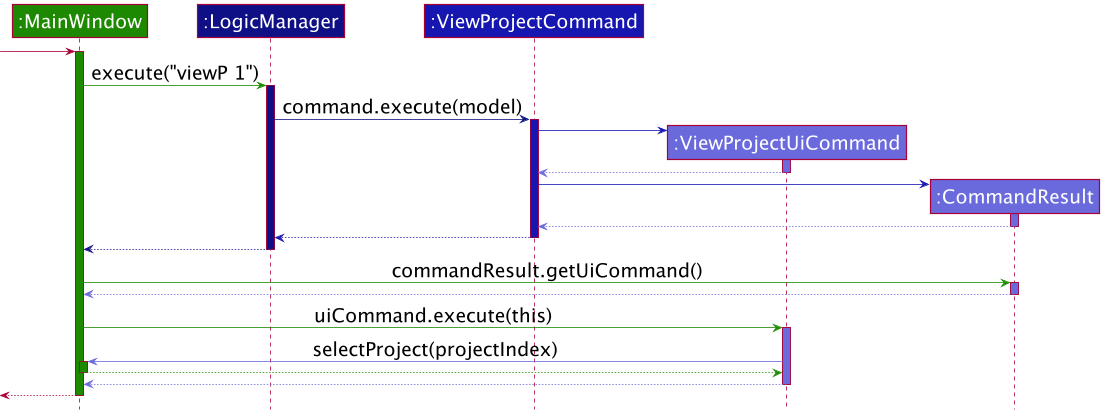
Above: docs/images/ViewProjectCommandSequenceDiagram.png in nus-cs2103-AY2021S2/tp (PlantUML), before the change.
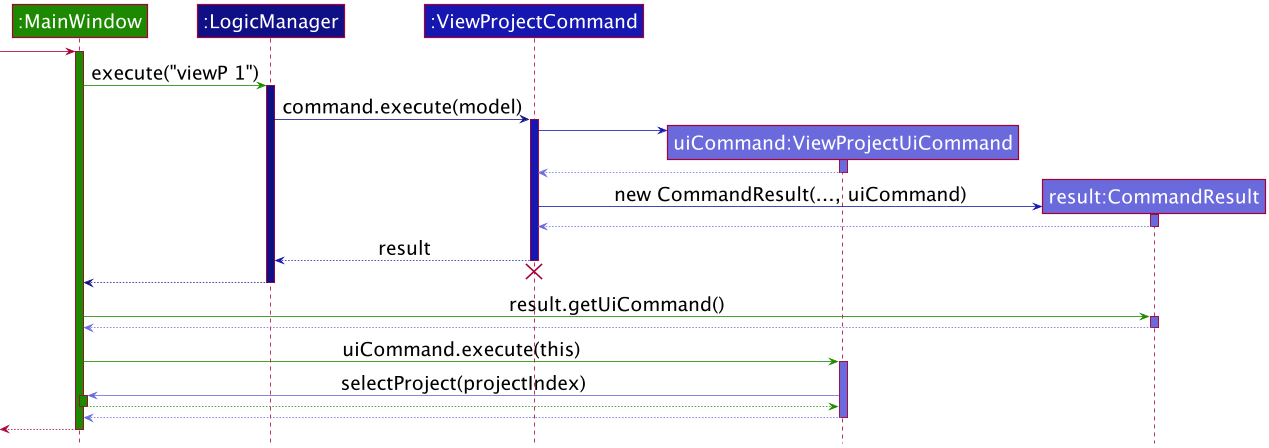
The same file after the commit.

Change to the diagram source:
```diff
@@ -5,8 +5,8 @@
 Participant ":MainWindow" as mainWindow UI_COLOR
 Participant ":LogicManager" as logic LOGIC_COLOR_T4
 Participant ":ViewProjectCommand" as command LOGIC_COLOR_T3
-Participant ":ViewProjectUiCommand" as uiCommand LOGIC_COLOR_T2
-Participant ":CommandResult" as commandResult LOGIC_COLOR_T2
+Participant "uiCommand:ViewProjectUiCommand" as uiCommand LOGIC_COLOR_T2
+Participant "result:CommandResult" as commandResult LOGIC_COLOR_T2
 
 
 -> mainWindow
@@ -26,19 +26,21 @@
 deactivate uiCommand
 
 create commandResult
-command -[LOGIC_COLOR_T3]> commandResult
+command -[LOGIC_COLOR_T3]> commandResult : new CommandResult(..., uiCommand)
 activate commandResult LOGIC_COLOR_T2
 
 commandResult --[LOGIC_COLOR_T2]> command
 deactivate commandResult
 
-command -[LOGIC_COLOR_T3]-> logic
+command -[LOGIC_COLOR_T3]-> logic : result
 deactivate command
+command -[hidden]-> logic
+destroy command
 
 logic --[LOGIC_COLOR_T4]> mainWindow
 deactivate logic
 
-mainWindow -[UI_COLOR]> commandResult : commandResult.getUiCommand()
+mainWindow -[UI_COLOR]> commandResult : result.getUiCommand()
 activate commandResult LOGIC_COLOR_T2
 
 commandResult --[LOGIC_COLOR_T2]> mainWindow
```
